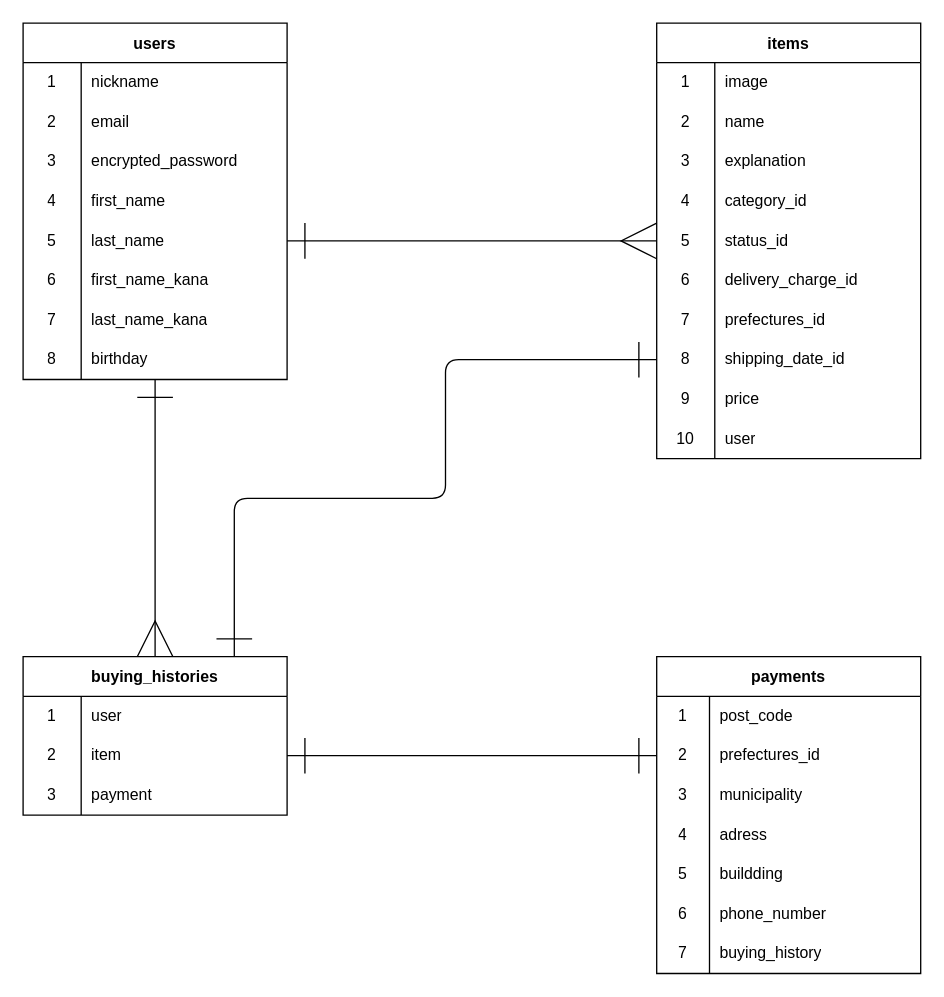
This is er.dio from iwataka123/furima-40007, a draw.io file, before an edit. Source tidied: cells renumbered, new cells numbered last; positions are measured from the earlier drawing's top-left corner, leaving out a move shared by most shapes. Both pictures are drawn from the tidied source at 132%, with x=0, y=0 at pixel (22, 22).
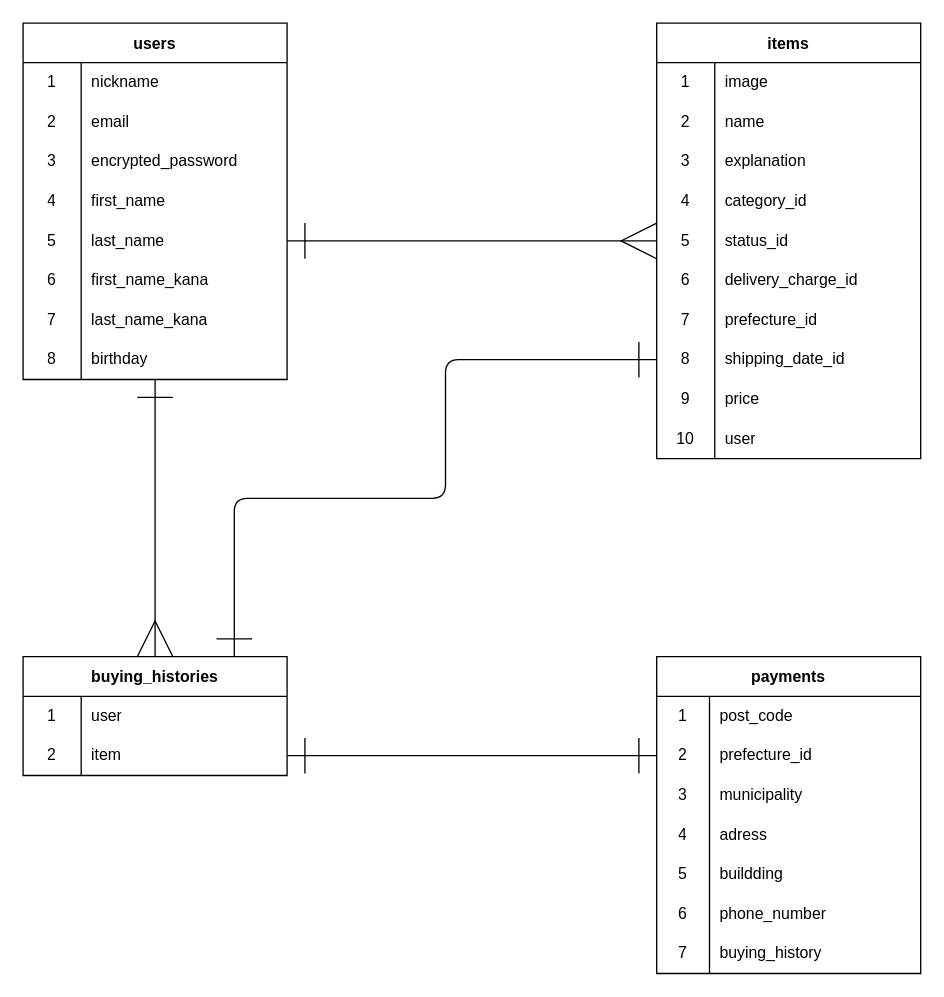
The same diagram, later.

The change refers to these unchanged cells:
```xml
<mxCell id="46" style="shape=tableRow;horizontal=0;startSize=0;swimlaneHead=0;swimlaneBody=0;top=0;left=0;bottom=0;right=0;fillColor=none;" parent="27" vertex="1">
  <mxGeometry y="210" width="200" height="30" as="geometry" />
</mxCell>
<mxCell id="64" style="shape=tableRow;horizontal=0;startSize=0;swimlaneHead=0;swimlaneBody=0;top=0;left=0;bottom=0;right=0;fillColor=none;points=[[0,0.5],[1,0.5]];portConstraint=eastwest;" parent="60" vertex="1">
  <mxGeometry y="60" width="200" height="30" as="geometry" />
</mxCell>
```

What changed in the source:
```diff
@@
-    <mxCell id="48" value="prefectures_id" style="shape=partialRectangle;html=1;whiteSpace=wrap;fillColor=none;top=0;left=0;bottom=0;right=0;align=left;spacingLeft=6;overflow=hidden;" parent="46" vertex="1">
+    <mxCell id="48" value="prefecture_id" style="shape=partialRectangle;html=1;whiteSpace=wrap;fillColor=none;top=0;left=0;bottom=0;right=0;align=left;spacingLeft=6;overflow=hidden;" parent="46" vertex="1">
       <mxGeometry x="44" width="156" height="30" as="geometry" />
     </mxCell>
@@
-    <mxCell id="66" value="prefectures_id" style="shape=partialRectangle;html=1;whiteSpace=wrap;fillColor=none;top=0;left=0;bottom=0;right=0;align=left;spacingLeft=6;overflow=hidden;" parent="64" vertex="1">
+    <mxCell id="66" value="prefecture_id" style="shape=partialRectangle;html=1;whiteSpace=wrap;fillColor=none;top=0;left=0;bottom=0;right=0;align=left;spacingLeft=6;overflow=hidden;" parent="64" vertex="1">
       <mxGeometry x="40" width="160" height="30" as="geometry" />
     </mxCell>
@@
     <mxCell id="82" value="buying_histories" style="shape=table;startSize=30;childLayout=tableLayout;rowLines=0;fontStyle=1;" parent="1" vertex="1">
-      <mxGeometry y="480" width="200" height="120" as="geometry" />
+      <mxGeometry y="480" width="200" height="90" as="geometry" />
     </mxCell>
@@
-    <mxCell id="89" style="shape=tableRow;horizontal=0;startSize=0;swimlaneHead=0;swimlaneBody=0;top=0;left=0;bottom=0;right=0;fillColor=none;" parent="82" vertex="1">
-      <mxGeometry y="90" width="200" height="30" as="geometry" />
-    </mxCell>
-    <mxCell id="90" value="3" style="shape=partialRectangle;html=1;whiteSpace=wrap;fillColor=none;top=0;left=0;bottom=0;right=0;overflow=hidden;" parent="89" vertex="1">
-      <mxGeometry width="44" height="30" as="geometry" />
-    </mxCell>
-    <mxCell id="91" value="payment" style="shape=partialRectangle;html=1;whiteSpace=wrap;fillColor=none;top=0;left=0;bottom=0;right=0;align=left;spacingLeft=6;overflow=hidden;" parent="89" vertex="1">
-      <mxGeometry x="44" width="156" height="30" as="geometry" />
-    </mxCell>
```
